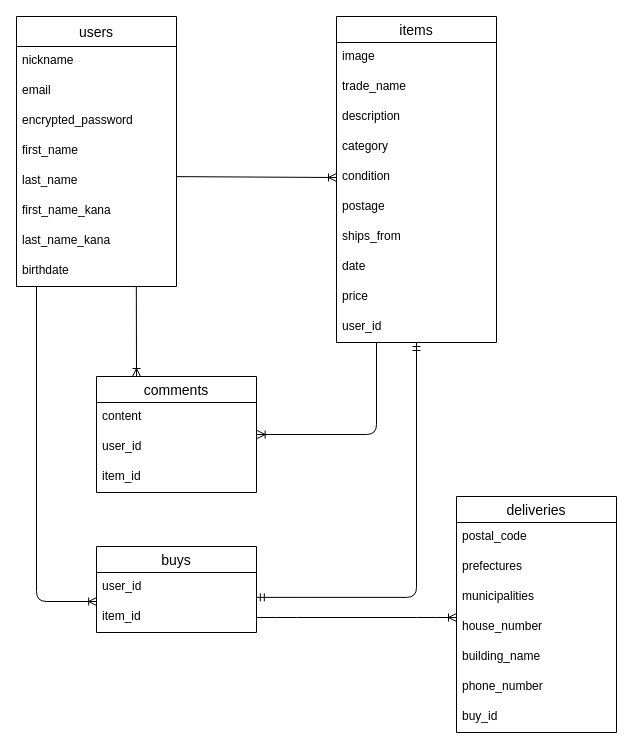
BenioGoshima/furima-39608 keeps this draw.io diagram as ER.dio. Above is the earlier version. Source tidied: cells renumbered, new cells numbered last; positions are measured from the earlier drawing's top-left corner, leaving out a move shared by most shapes. Both pictures are drawn from the tidied source at 100%, with x=0, y=0 at pixel (16, 16).
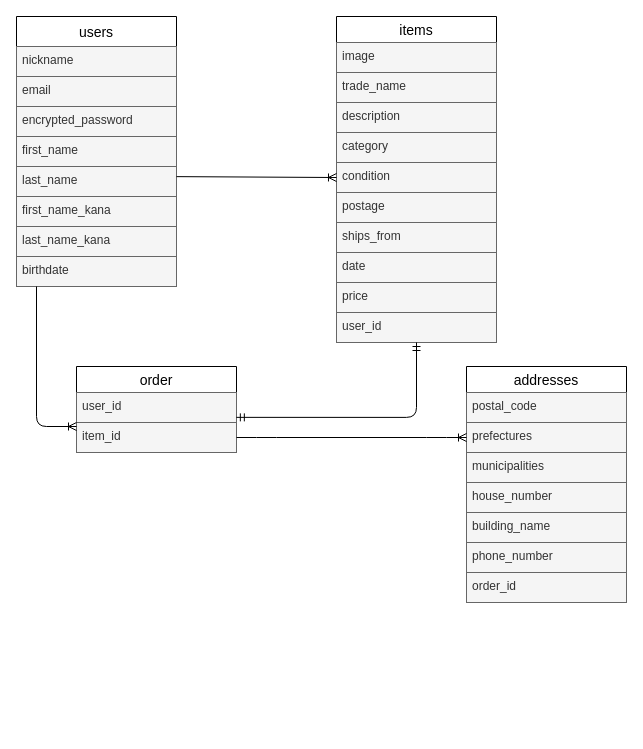
After the change.

Commit message (it also covers changes not shown here):
データベース設計の修正

The change refers to these unchanged cells:
```xml
<mxCell id="2" value="users" style="swimlane;fontStyle=0;horizontal=1;startSize=30;align=center;fontSize=14;" parent="1" vertex="1">
  <mxGeometry width="160" height="270" as="geometry" />
</mxCell>
<mxCell id="11" value="items" style="swimlane;fontStyle=0;horizontal=1;startSize=26;align=center;fontSize=14;" parent="1" vertex="1">
  <mxGeometry x="320" width="160" height="326" as="geometry" />
</mxCell>
```

Diff of the diagram source:
```diff
@@
-    <mxCell id="3" value="nickname" style="text;spacingLeft=4;spacingRight=4;overflow=hidden;fontSize=12;strokeColor=none;" parent="2" vertex="1">
+    <mxCell id="3" value="nickname" style="text;spacingLeft=4;spacingRight=4;overflow=hidden;fontSize=12;strokeColor=#666666;fillColor=#f5f5f5;fontColor=#333333;" parent="2" vertex="1">
       <mxGeometry y="30" width="160" height="30" as="geometry" />
     </mxCell>
-    <mxCell id="4" value="email" style="text;strokeColor=none;fillColor=none;spacingLeft=4;spacingRight=4;overflow=hidden;fontSize=12;" parent="2" vertex="1">
+    <mxCell id="4" value="email" style="text;strokeColor=#666666;fillColor=#f5f5f5;spacingLeft=4;spacingRight=4;overflow=hidden;fontSize=12;fontColor=#333333;" parent="2" vertex="1">
       <mxGeometry y="60" width="160" height="30" as="geometry" />
     </mxCell>
-    <mxCell id="5" value="encrypted_password" style="text;strokeColor=none;fillColor=none;spacingLeft=4;spacingRight=4;overflow=hidden;fontSize=12;" parent="2" vertex="1">
+    <mxCell id="5" value="encrypted_password" style="text;strokeColor=#666666;fillColor=#f5f5f5;spacingLeft=4;spacingRight=4;overflow=hidden;fontSize=12;fontColor=#333333;" parent="2" vertex="1">
       <mxGeometry y="90" width="160" height="30" as="geometry" />
     </mxCell>
-    <mxCell id="6" value="first_name" style="text;strokeColor=none;fillColor=none;spacingLeft=4;spacingRight=4;overflow=hidden;fontSize=12;" parent="2" vertex="1">
+    <mxCell id="6" value="first_name" style="text;strokeColor=#666666;fillColor=#f5f5f5;spacingLeft=4;spacingRight=4;overflow=hidden;fontSize=12;fontColor=#333333;" parent="2" vertex="1">
       <mxGeometry y="120" width="160" height="30" as="geometry" />
     </mxCell>
-    <mxCell id="7" value="last_name" style="text;strokeColor=none;fillColor=none;spacingLeft=4;spacingRight=4;overflow=hidden;points=[[0,0.5],[1,0.5]];portConstraint=eastwest;fontSize=12;" parent="2" vertex="1">
+    <mxCell id="7" value="last_name" style="text;strokeColor=#666666;fillColor=#f5f5f5;spacingLeft=4;spacingRight=4;overflow=hidden;points=[[0,0.5],[1,0.5]];portConstraint=eastwest;fontSize=12;fontColor=#333333;" parent="2" vertex="1">
       <mxGeometry y="150" width="160" height="30" as="geometry" />
     </mxCell>
-    <mxCell id="8" value="first_name_kana" style="text;strokeColor=none;fillColor=none;spacingLeft=4;spacingRight=4;overflow=hidden;fontSize=12;" parent="2" vertex="1">
+    <mxCell id="8" value="first_name_kana" style="text;strokeColor=#666666;fillColor=#f5f5f5;spacingLeft=4;spacingRight=4;overflow=hidden;fontSize=12;fontColor=#333333;" parent="2" vertex="1">
       <mxGeometry y="180" width="160" height="30" as="geometry" />
     </mxCell>
-    <mxCell id="9" value="last_name_kana" style="text;strokeColor=none;fillColor=none;spacingLeft=4;spacingRight=4;overflow=hidden;fontSize=12;" parent="2" vertex="1">
+    <mxCell id="9" value="last_name_kana" style="text;strokeColor=#666666;fillColor=#f5f5f5;spacingLeft=4;spacingRight=4;overflow=hidden;fontSize=12;fontColor=#333333;" parent="2" vertex="1">
       <mxGeometry y="210" width="160" height="30" as="geometry" />
     </mxCell>
-    <mxCell id="10" value="birthdate" style="text;strokeColor=none;fillColor=none;spacingLeft=4;spacingRight=4;overflow=hidden;points=[[0,0.5],[1,0.5]];portConstraint=eastwest;fontSize=12;" parent="2" vertex="1">
+    <mxCell id="10" value="birthdate" style="text;strokeColor=#666666;fillColor=#f5f5f5;spacingLeft=4;spacingRight=4;overflow=hidden;points=[[0,0.5],[1,0.5]];portConstraint=eastwest;fontSize=12;fontColor=#333333;" parent="2" vertex="1">
       <mxGeometry y="240" width="160" height="30" as="geometry" />
     </mxCell>
@@
-    <mxCell id="12" value="image" style="text;strokeColor=none;fillColor=none;spacingLeft=4;spacingRight=4;overflow=hidden;fontSize=12;" parent="11" vertex="1">
+    <mxCell id="12" value="image" style="text;strokeColor=#666666;fillColor=#f5f5f5;spacingLeft=4;spacingRight=4;overflow=hidden;fontSize=12;fontColor=#333333;" parent="11" vertex="1">
       <mxGeometry y="26" width="160" height="30" as="geometry" />
     </mxCell>
-    <mxCell id="13" value="trade_name" style="text;strokeColor=none;fillColor=none;spacingLeft=4;spacingRight=4;overflow=hidden;fontSize=12;" parent="11" vertex="1">
+    <mxCell id="13" value="trade_name" style="text;strokeColor=#666666;fillColor=#f5f5f5;spacingLeft=4;spacingRight=4;overflow=hidden;fontSize=12;fontColor=#333333;" parent="11" vertex="1">
       <mxGeometry y="56" width="160" height="30" as="geometry" />
     </mxCell>
-    <mxCell id="14" value="description" style="text;strokeColor=none;fillColor=none;spacingLeft=4;spacingRight=4;overflow=hidden;fontSize=12;" parent="11" vertex="1">
+    <mxCell id="14" value="description" style="text;strokeColor=#666666;fillColor=#f5f5f5;spacingLeft=4;spacingRight=4;overflow=hidden;fontSize=12;fontColor=#333333;" parent="11" vertex="1">
       <mxGeometry y="86" width="160" height="30" as="geometry" />
     </mxCell>
-    <mxCell id="15" value="category" style="text;strokeColor=none;fillColor=none;spacingLeft=4;spacingRight=4;overflow=hidden;fontSize=12;" parent="11" vertex="1">
+    <mxCell id="15" value="category" style="text;strokeColor=#666666;fillColor=#f5f5f5;spacingLeft=4;spacingRight=4;overflow=hidden;fontSize=12;fontColor=#333333;" parent="11" vertex="1">
       <mxGeometry y="116" width="160" height="30" as="geometry" />
     </mxCell>
-    <mxCell id="16" value="condition" style="text;strokeColor=none;fillColor=none;spacingLeft=4;spacingRight=4;overflow=hidden;points=[[0,0.5],[1,0.5]];portConstraint=eastwest;fontSize=12;" parent="11" vertex="1">
+    <mxCell id="16" value="condition" style="text;strokeColor=#666666;fillColor=#f5f5f5;spacingLeft=4;spacingRight=4;overflow=hidden;points=[[0,0.5],[1,0.5]];portConstraint=eastwest;fontSize=12;fontColor=#333333;" parent="11" vertex="1">
       <mxGeometry y="146" width="160" height="30" as="geometry" />
     </mxCell>
-    <mxCell id="17" value="postage" style="text;strokeColor=none;fillColor=none;spacingLeft=4;spacingRight=4;overflow=hidden;fontSize=12;" parent="11" vertex="1">
+    <mxCell id="17" value="postage" style="text;strokeColor=#666666;fillColor=#f5f5f5;spacingLeft=4;spacingRight=4;overflow=hidden;fontSize=12;fontColor=#333333;" parent="11" vertex="1">
       <mxGeometry y="176" width="160" height="30" as="geometry" />
     </mxCell>
-    <mxCell id="18" value="ships_from" style="text;strokeColor=none;fillColor=none;spacingLeft=4;spacingRight=4;overflow=hidden;fontSize=12;" parent="11" vertex="1">
+    <mxCell id="18" value="ships_from" style="text;strokeColor=#666666;fillColor=#f5f5f5;spacingLeft=4;spacingRight=4;overflow=hidden;fontSize=12;fontColor=#333333;" parent="11" vertex="1">
       <mxGeometry y="206" width="160" height="30" as="geometry" />
     </mxCell>
-    <mxCell id="19" value="date" style="text;strokeColor=none;fillColor=none;spacingLeft=4;spacingRight=4;overflow=hidden;fontSize=12;" parent="11" vertex="1">
+    <mxCell id="19" value="date" style="text;strokeColor=#666666;fillColor=#f5f5f5;spacingLeft=4;spacingRight=4;overflow=hidden;fontSize=12;fontColor=#333333;" parent="11" vertex="1">
       <mxGeometry y="236" width="160" height="30" as="geometry" />
     </mxCell>
-    <mxCell id="20" value="price" style="text;strokeColor=none;fillColor=none;spacingLeft=4;spacingRight=4;overflow=hidden;fontSize=12;" parent="11" vertex="1">
+    <mxCell id="20" value="price" style="text;strokeColor=#666666;fillColor=#f5f5f5;spacingLeft=4;spacingRight=4;overflow=hidden;fontSize=12;fontColor=#333333;" parent="11" vertex="1">
       <mxGeometry y="266" width="160" height="30" as="geometry" />
     </mxCell>
-    <mxCell id="21" value="user_id" style="text;strokeColor=none;fillColor=none;spacingLeft=4;spacingRight=4;overflow=hidden;fontSize=12;" parent="11" vertex="1">
+    <mxCell id="21" value="user_id" style="text;strokeColor=#666666;fillColor=#f5f5f5;spacingLeft=4;spacingRight=4;overflow=hidden;fontSize=12;fontColor=#333333;" parent="11" vertex="1">
       <mxGeometry y="296" width="160" height="30" as="geometry" />
     </mxCell>
-    <mxCell id="22" value="buys" style="swimlane;fontStyle=0;horizontal=1;startSize=26;align=center;fontSize=14;strokeColor=default;" parent="1" vertex="1">
-      <mxGeometry x="80" y="530" width="160" height="86" as="geometry" />
+    <mxCell id="22" value="order" style="swimlane;fontStyle=0;horizontal=1;startSize=26;align=center;fontSize=14;strokeColor=default;" parent="1" vertex="1">
+      <mxGeometry x="60" y="350" width="160" height="86" as="geometry" />
     </mxCell>
-    <mxCell id="23" value="user_id" style="text;strokeColor=none;fillColor=none;spacingLeft=4;spacingRight=4;overflow=hidden;points=[[0,0.5],[1,0.5]];portConstraint=eastwest;fontSize=12;" parent="22" vertex="1">
+    <mxCell id="23" value="user_id" style="text;strokeColor=#666666;fillColor=#f5f5f5;spacingLeft=4;spacingRight=4;overflow=hidden;points=[[0,0.5],[1,0.5]];portConstraint=eastwest;fontSize=12;fontColor=#333333;" parent="22" vertex="1">
       <mxGeometry y="26" width="160" height="30" as="geometry" />
     </mxCell>
-    <mxCell id="24" value="item_id" style="text;strokeColor=none;fillColor=none;spacingLeft=4;spacingRight=4;overflow=hidden;points=[[0,0.5],[1,0.5]];portConstraint=eastwest;fontSize=12;" parent="22" vertex="1">
+    <mxCell id="24" value="item_id" style="text;strokeColor=#666666;fillColor=#f5f5f5;spacingLeft=4;spacingRight=4;overflow=hidden;points=[[0,0.5],[1,0.5]];portConstraint=eastwest;fontSize=12;fontColor=#333333;" parent="22" vertex="1">
       <mxGeometry y="56" width="160" height="30" as="geometry" />
     </mxCell>
-    <mxCell id="25" value="deliveries" style="swimlane;fontStyle=0;horizontal=1;startSize=26;align=center;fontSize=14;strokeColor=default;" parent="1" vertex="1">
-      <mxGeometry x="440" y="480" width="160" height="236" as="geometry" />
+    <mxCell id="25" value="addresses" style="swimlane;fontStyle=0;horizontal=1;startSize=26;align=center;fontSize=14;strokeColor=default;" parent="1" vertex="1">
+      <mxGeometry x="450" y="350" width="160" height="236" as="geometry" />
     </mxCell>
-    <mxCell id="26" value="postal_code" style="text;strokeColor=none;fillColor=none;spacingLeft=4;spacingRight=4;overflow=hidden;fontSize=12;" parent="25" vertex="1">
+    <mxCell id="26" value="postal_code" style="text;strokeColor=#666666;fillColor=#f5f5f5;spacingLeft=4;spacingRight=4;overflow=hidden;fontSize=12;fontColor=#333333;" parent="25" vertex="1">
       <mxGeometry y="26" width="160" height="30" as="geometry" />
     </mxCell>
-    <mxCell id="27" value="prefectures" style="text;strokeColor=none;fillColor=none;spacingLeft=4;spacingRight=4;overflow=hidden;points=[[0,0.5],[1,0.5]];portConstraint=eastwest;fontSize=12;" parent="25" vertex="1">
+    <mxCell id="27" value="prefectures" style="text;strokeColor=#666666;fillColor=#f5f5f5;spacingLeft=4;spacingRight=4;overflow=hidden;points=[[0,0.5],[1,0.5]];portConstraint=eastwest;fontSize=12;fontColor=#333333;" parent="25" vertex="1">
       <mxGeometry y="56" width="160" height="30" as="geometry" />
     </mxCell>
-    <mxCell id="28" value="municipalities" style="text;strokeColor=none;fillColor=none;spacingLeft=4;spacingRight=4;overflow=hidden;fontSize=12;" parent="25" vertex="1">
+    <mxCell id="28" value="municipalities" style="text;strokeColor=#666666;fillColor=#f5f5f5;spacingLeft=4;spacingRight=4;overflow=hidden;fontSize=12;fontColor=#333333;" parent="25" vertex="1">
       <mxGeometry y="86" width="160" height="30" as="geometry" />
     </mxCell>
-    <mxCell id="29" value="house_number" style="text;strokeColor=none;fillColor=none;spacingLeft=4;spacingRight=4;overflow=hidden;fontSize=12;" parent="25" vertex="1">
+    <mxCell id="29" value="house_number" style="text;strokeColor=#666666;fillColor=#f5f5f5;spacingLeft=4;spacingRight=4;overflow=hidden;fontSize=12;fontColor=#333333;" parent="25" vertex="1">
       <mxGeometry y="116" width="160" height="30" as="geometry" />
     </mxCell>
-    <mxCell id="30" value="building_name" style="text;strokeColor=none;fillColor=none;spacingLeft=4;spacingRight=4;overflow=hidden;fontSize=12;" parent="25" vertex="1">
+    <mxCell id="30" value="building_name" style="text;strokeColor=#666666;fillColor=#f5f5f5;spacingLeft=4;spacingRight=4;overflow=hidden;fontSize=12;fontColor=#333333;" parent="25" vertex="1">
       <mxGeometry y="146" width="160" height="30" as="geometry" />
     </mxCell>
-    <mxCell id="31" value="phone_number" style="text;strokeColor=none;fillColor=none;spacingLeft=4;spacingRight=4;overflow=hidden;fontSize=12;" parent="25" vertex="1">
+    <mxCell id="31" value="phone_number" style="text;strokeColor=#666666;fillColor=#f5f5f5;spacingLeft=4;spacingRight=4;overflow=hidden;fontSize=12;fontColor=#333333;" parent="25" vertex="1">
       <mxGeometry y="176" width="160" height="30" as="geometry" />
     </mxCell>
-    <mxCell id="32" value="buy_id" style="text;strokeColor=none;fillColor=none;spacingLeft=4;spacingRight=4;overflow=hidden;fontSize=12;" parent="25" vertex="1">
+    <mxCell id="32" value="order_id" style="text;strokeColor=#666666;fillColor=#f5f5f5;spacingLeft=4;spacingRight=4;overflow=hidden;fontSize=12;fontColor=#333333;" parent="25" vertex="1">
       <mxGeometry y="206" width="160" height="30" as="geometry" />
     </mxCell>
-    <mxCell id="33" value="comments" style="swimlane;fontStyle=0;horizontal=1;startSize=26;align=center;fontSize=14;strokeColor=default;" parent="1" vertex="1">
-      <mxGeometry x="80" y="360" width="160" height="116" as="geometry" />
-    </mxCell>
-    <mxCell id="34" value="content" style="text;strokeColor=none;fillColor=none;spacingLeft=4;spacingRight=4;overflow=hidden;fontSize=12;" parent="33" vertex="1">
-      <mxGeometry y="26" width="160" height="30" as="geometry" />
-    </mxCell>
-    <mxCell id="35" value="user_id" style="text;strokeColor=none;fillColor=none;spacingLeft=4;spacingRight=4;overflow=hidden;points=[[0,0.5],[1,0.5]];portConstraint=eastwest;fontSize=12;" parent="33" vertex="1">
-      <mxGeometry y="56" width="160" height="30" as="geometry" />
-    </mxCell>
-    <mxCell id="36" value="item_id" style="text;strokeColor=none;fillColor=none;spacingLeft=4;spacingRight=4;overflow=hidden;fontSize=12;" parent="33" vertex="1">
-      <mxGeometry y="86" width="160" height="30" as="geometry" />
-    </mxCell>
@@
-    <mxCell id="38" style="fontSize=12;html=1;endArrow=ERoneToMany;strokeColor=default;exitX=0.749;exitY=1.012;exitDx=0;exitDy=0;exitPerimeter=0;entryX=0.25;entryY=0;entryDx=0;entryDy=0;" parent="1" edge="1" source="10" target="33">
-      <mxGeometry relative="1" as="geometry" />
-    </mxCell>
-    <mxCell id="39" style="edgeStyle=orthogonalEdgeStyle;fontSize=12;html=1;endArrow=ERoneToMany;strokeColor=default;entryX=1.004;entryY=0.067;entryDx=0;entryDy=0;entryPerimeter=0;exitX=0.25;exitY=1;exitDx=0;exitDy=0;" parent="1" edge="1" source="11" target="35">
-      <mxGeometry relative="1" as="geometry" />
-    </mxCell>
@@
-    <mxCell id="41" style="edgeStyle=orthogonalEdgeStyle;fontSize=12;html=1;endArrow=ERoneToMany;strokeColor=default;entryX=0.001;entryY=-0.033;entryDx=0;entryDy=0;entryPerimeter=0;" parent="1" edge="1" target="24">
+    <mxCell id="41" style="edgeStyle=orthogonalEdgeStyle;fontSize=12;html=1;endArrow=ERoneToMany;strokeColor=default;" parent="1" edge="1">
       <mxGeometry relative="1" as="geometry">
         <mxPoint x="20" y="270" as="sourcePoint" />
+        <mxPoint x="60" y="410" as="targetPoint" />
         <Array as="points">
-          <mxPoint x="20" y="585" />
+          <mxPoint x="20" y="410" />
+          <mxPoint x="60" y="410" />
         </Array>
       </mxGeometry>
     </mxCell>
-    <mxCell id="42" style="edgeStyle=entityRelationEdgeStyle;fontSize=12;html=1;endArrow=ERoneToMany;strokeColor=default;exitX=1;exitY=0.5;exitDx=0;exitDy=0;" parent="1" edge="1" source="24">
-      <mxGeometry relative="1" as="geometry">
-        <mxPoint x="440" y="601" as="targetPoint" />
-      </mxGeometry>
+    <mxCell id="42" style="edgeStyle=entityRelationEdgeStyle;fontSize=12;html=1;endArrow=ERoneToMany;strokeColor=default;exitX=1;exitY=0.5;exitDx=0;exitDy=0;entryX=0;entryY=0.5;entryDx=0;entryDy=0;" parent="1" edge="1" source="24" target="27">
+      <mxGeometry relative="1" as="geometry" />
     </mxCell>
```
